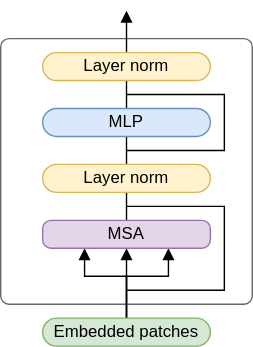
Before: presentation/figures/postnorm.svg, a diagram exported from draw.io (serpest/MultiStageKeywordSpotting). Source tidied: cells renumbered, new cells last; positions are measured from the earlier drawing's top-left corner, leaving out a move shared by most shapes.
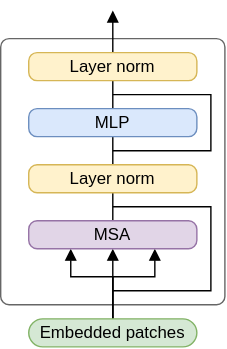
The same file after the commit.

The edit, as a diff of the source:
```diff
@@ -3,7 +3,7 @@
     <mxCell id="0" />
     <mxCell id="1" parent="0" />
     <mxCell id="2" style="rounded=1;whiteSpace=wrap;html=1;fillColor=none;fontColor=#333333;strokeColor=#666666;arcSize=12;absoluteArcSize=1;" parent="1" vertex="1">
-      <mxGeometry y="20" width="180" height="190" as="geometry" />
+      <mxGeometry x="10" y="20" width="160" height="190" as="geometry" />
     </mxCell>
     <mxCell id="3" style="edgeStyle=none;html=1;entryX=0.5;entryY=1;entryDx=0;entryDy=0;rounded=0;curved=0;endArrow=block;endFill=1;" parent="1" edge="1" source="7" target="9">
       <mxGeometry relative="1" as="geometry" />
@@ -56,13 +56,13 @@
         </Array>
       </mxGeometry>
     </mxCell>
-    <mxCell id="12" value="&lt;span style=&quot;color: rgb(0, 0, 0);&quot;&gt;Layer norm&lt;/span&gt;" style="rounded=1;whiteSpace=wrap;html=1;fillColor=#fff2cc;strokeColor=#d6b656;absoluteArcSize=1;" parent="1" vertex="1">
+    <mxCell id="12" value="&lt;span style=&quot;color: rgb(0, 0, 0);&quot;&gt;Layer norm&lt;/span&gt;" style="rounded=1;whiteSpace=wrap;html=1;fillColor=#fff2cc;strokeColor=#d6b656;absoluteArcSize=1;align=center;verticalAlign=middle;arcSize=12;fontFamily=Helvetica;fontSize=12;" parent="1" vertex="1">
       <mxGeometry x="30" y="110" width="120" height="20" as="geometry" />
     </mxCell>
     <mxCell id="13" style="edgeStyle=none;html=1;rounded=0;curved=0;endArrow=none;endFill=0;" parent="1" edge="1" source="14" target="16">
       <mxGeometry relative="1" as="geometry" />
     </mxCell>
-    <mxCell id="14" value="MLP" style="rounded=1;whiteSpace=wrap;html=1;fillColor=#dae8fc;strokeColor=#6c8ebf;absoluteArcSize=1;" parent="1" vertex="1">
+    <mxCell id="14" value="MLP" style="rounded=1;whiteSpace=wrap;html=1;fillColor=#dae8fc;strokeColor=#6c8ebf;absoluteArcSize=1;align=center;verticalAlign=middle;arcSize=12;fontFamily=Helvetica;fontSize=12;" parent="1" vertex="1">
       <mxGeometry x="30" y="70" width="120" height="20" as="geometry" />
     </mxCell>
     <mxCell id="15" style="edgeStyle=none;html=1;endArrow=block;endFill=1;" parent="1" edge="1" source="16">
@@ -70,7 +70,7 @@
         <mxPoint x="90" as="targetPoint" />
       </mxGeometry>
     </mxCell>
-    <mxCell id="16" value="Layer norm" style="rounded=1;whiteSpace=wrap;html=1;fillColor=#fff2cc;strokeColor=#d6b656;absoluteArcSize=1;" parent="1" vertex="1">
+    <mxCell id="16" value="Layer norm" style="rounded=1;whiteSpace=wrap;html=1;fillColor=#fff2cc;strokeColor=#d6b656;absoluteArcSize=1;align=center;verticalAlign=middle;arcSize=12;fontFamily=Helvetica;fontSize=12;" parent="1" vertex="1">
       <mxGeometry x="30" y="30" width="120" height="20" as="geometry" />
     </mxCell>
   </root>
```
